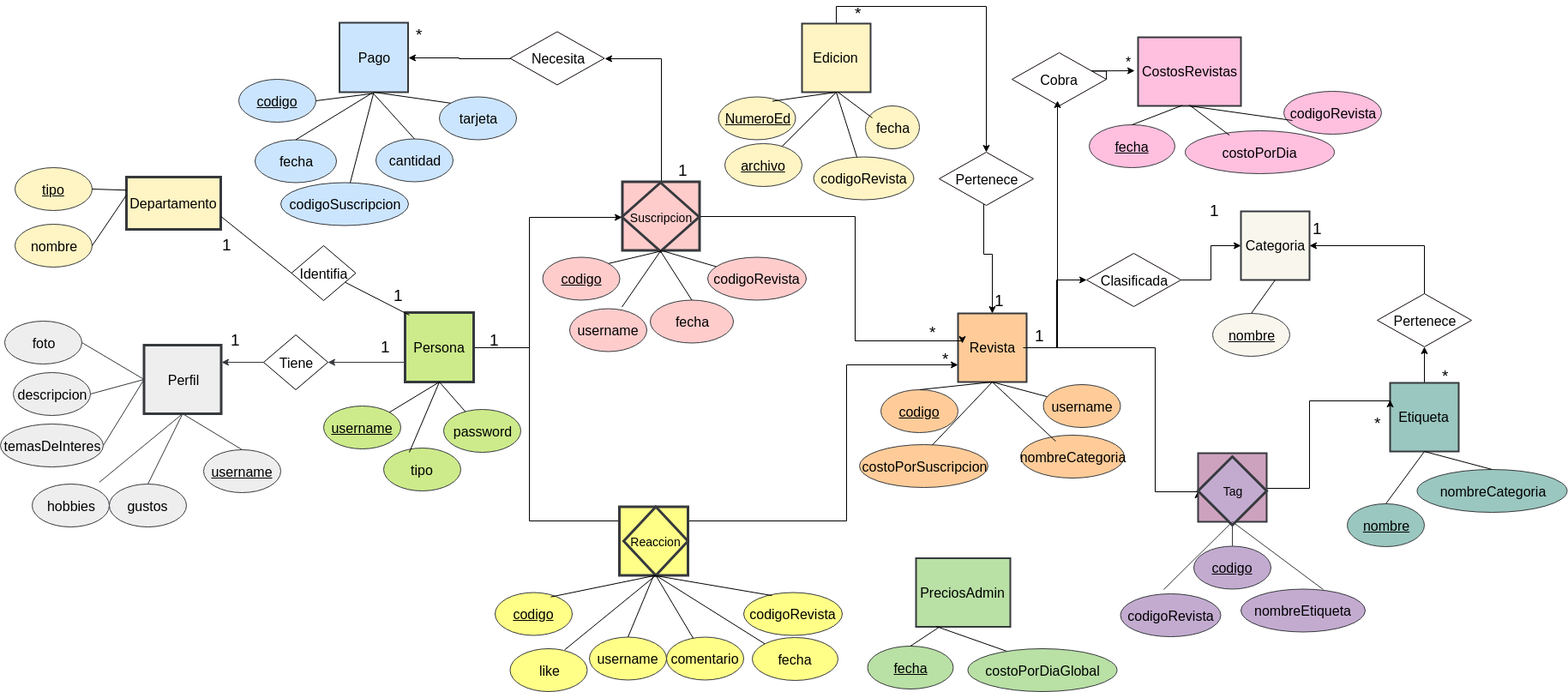
Earlier version of the draw.io export ManualTecnico/DiagramaER.png (SergioCifuentes/Revistas). Source tidied: cells renumbered, new cells last; positions are measured from the earlier drawing's top-left corner, leaving out a move shared by most shapes.
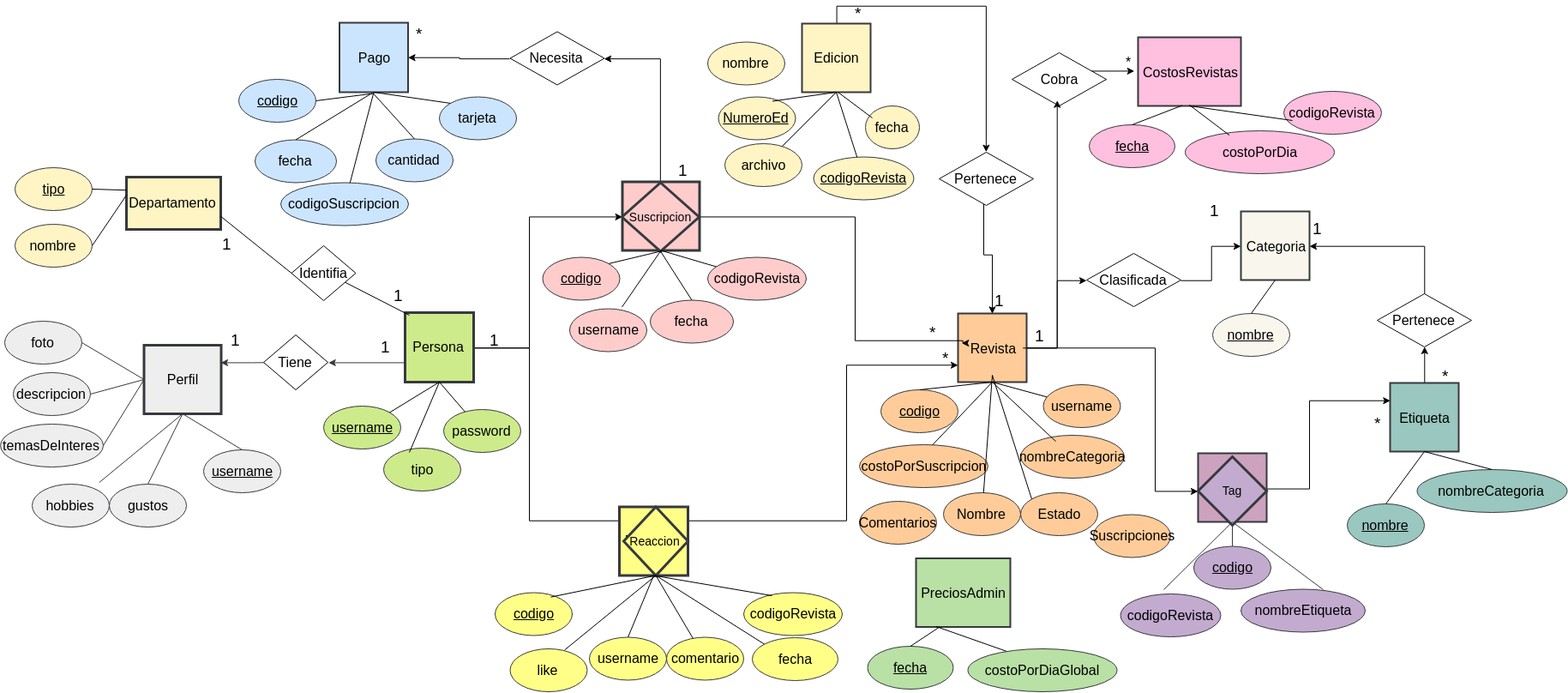
The same diagram one commit later.

Change to the diagram source:
```diff
@@ -480,10 +480,10 @@
     <mxCell id="137" value="NumeroEd" style="ellipse;whiteSpace=wrap;html=1;fontSize=16;fontStyle=4;fillColor=#FFF4C3;strokeColor=#36393d;" parent="1" vertex="1">
       <mxGeometry x="837.5" y="110.5" width="90" height="50" as="geometry" />
     </mxCell>
-    <mxCell id="138" value="codigoRevista" style="ellipse;whiteSpace=wrap;html=1;fontSize=16;fontStyle=0;fillColor=#FFF4C3;strokeColor=#36393d;" parent="1" vertex="1">
+    <mxCell id="138" value="codigoRevista" style="ellipse;whiteSpace=wrap;html=1;fontSize=16;fontStyle=4;fillColor=#FFF4C3;strokeColor=#36393d;" parent="1" vertex="1">
       <mxGeometry x="948.5" y="180.5" width="117" height="50" as="geometry" />
     </mxCell>
-    <mxCell id="139" value="archivo" style="ellipse;whiteSpace=wrap;html=1;fontSize=16;fontStyle=4;fillColor=#FFF4C3;strokeColor=#36393d;" parent="1" vertex="1">
+    <mxCell id="139" value="archivo" style="ellipse;whiteSpace=wrap;html=1;fontSize=16;fontStyle=0;fillColor=#FFF4C3;strokeColor=#36393d;" parent="1" vertex="1">
       <mxGeometry x="845" y="165" width="90" height="50" as="geometry" />
     </mxCell>
     <mxCell id="140" style="endArrow=none;html=1;exitX=0.5;exitY=1;exitDx=0;exitDy=0;entryX=0.7;entryY=0.1;entryDx=0;entryDy=0;entryPerimeter=0;" parent="1" edge="1" source="136" target="137">
@@ -526,5 +526,30 @@
         <mxPoint x="977" y="105" as="sourcePoint" />
       </mxGeometry>
     </mxCell>
+    <mxCell id="152" value="Nombre" style="ellipse;whiteSpace=wrap;html=1;fontSize=16;fontStyle=0;fillColor=#ffcc99;strokeColor=#36393d;" parent="1" vertex="1">
+      <mxGeometry x="1100" y="572" width="90" height="50" as="geometry" />
+    </mxCell>
+    <mxCell id="153" value="nombre" style="ellipse;whiteSpace=wrap;html=1;fontSize=16;fontStyle=0;fillColor=#FFF4C3;strokeColor=#36393d;" parent="1" vertex="1">
+      <mxGeometry x="825" y="46.5" width="90" height="50" as="geometry" />
+    </mxCell>
+    <mxCell id="154" style="endArrow=none;html=1;fontSize=16;" parent="1" edge="1" target="152">
+      <mxGeometry relative="1" as="geometry">
+        <mxPoint x="1157" y="435" as="sourcePoint" />
+      </mxGeometry>
+    </mxCell>
+    <mxCell id="155" value="Estado" style="ellipse;whiteSpace=wrap;html=1;fontSize=16;fontStyle=0;fillColor=#ffcc99;strokeColor=#36393d;" parent="1" vertex="1">
+      <mxGeometry x="1190" y="572" width="90" height="50" as="geometry" />
+    </mxCell>
+    <mxCell id="156" style="endArrow=none;html=1;fontSize=16;entryX=0;entryY=0;entryDx=0;entryDy=0;" parent="1" edge="1" target="155">
+      <mxGeometry relative="1" as="geometry">
+        <mxPoint x="1157" y="435" as="sourcePoint" />
+      </mxGeometry>
+    </mxCell>
+    <mxCell id="157" value="Suscripciones&lt;br&gt;" style="ellipse;whiteSpace=wrap;html=1;fontSize=16;fontStyle=0;fillColor=#ffcc99;strokeColor=#36393d;" parent="1" vertex="1">
+      <mxGeometry x="1275" y="597.5" width="90" height="50" as="geometry" />
+    </mxCell>
+    <mxCell id="158" value="Comentarios&lt;br&gt;" style="ellipse;whiteSpace=wrap;html=1;fontSize=16;fontStyle=0;fillColor=#ffcc99;strokeColor=#36393d;" parent="1" vertex="1">
+      <mxGeometry x="1002" y="582" width="90" height="50" as="geometry" />
+    </mxCell>
   </root>
 </mxGraphModel>
```
